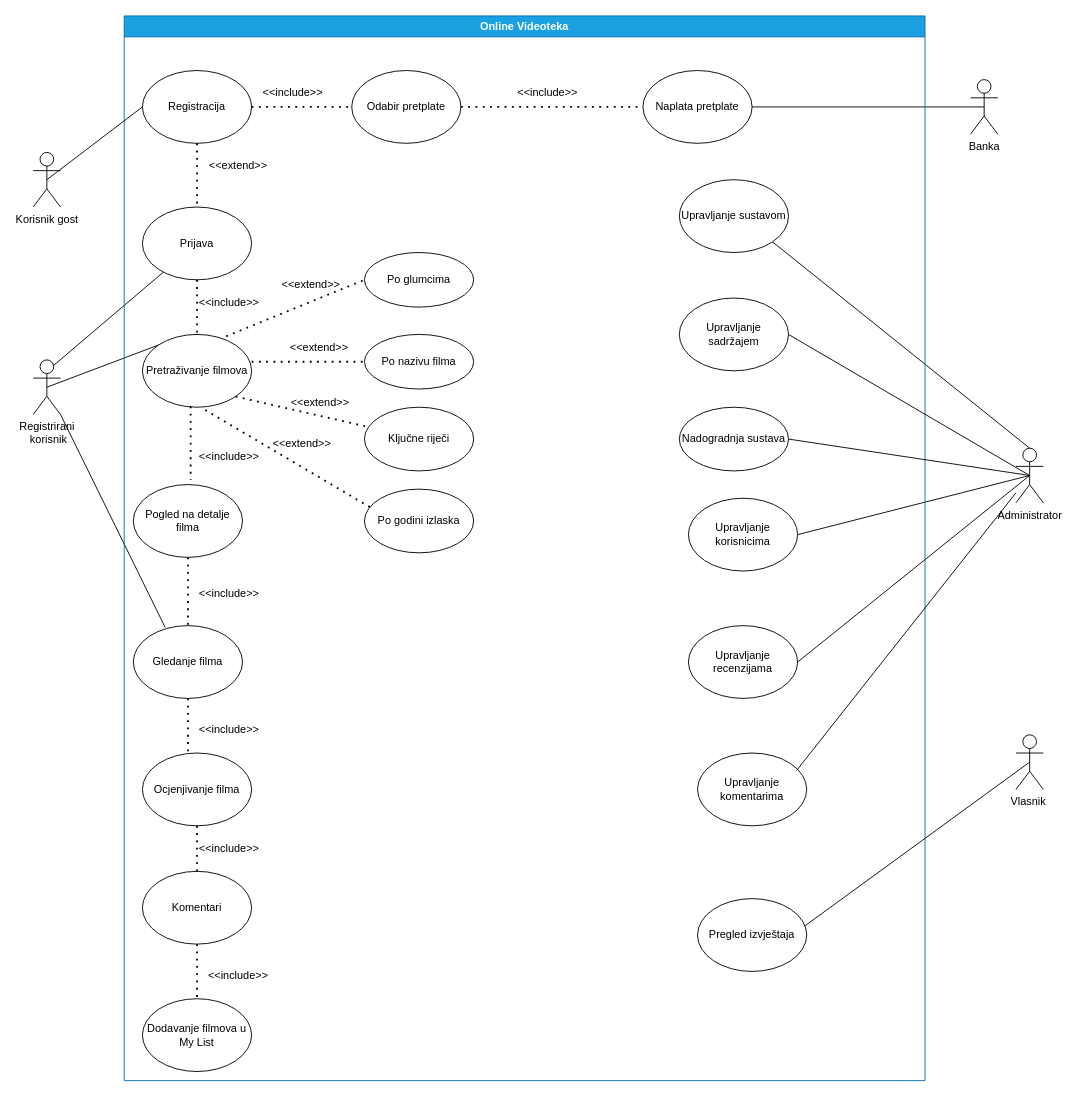
hrvojesesar/PIS-Projekt keeps this draw.io diagram as Dijagrami/Use-Case dijagram.drawio. Above is the earlier version. Source tidied: cells renumbered, new cells numbered last; positions are measured from the earlier drawing's top-left corner, leaving out a move shared by most shapes. Both pictures are drawn from the tidied source at 91%, with x=0, y=0 at pixel (33, 15).
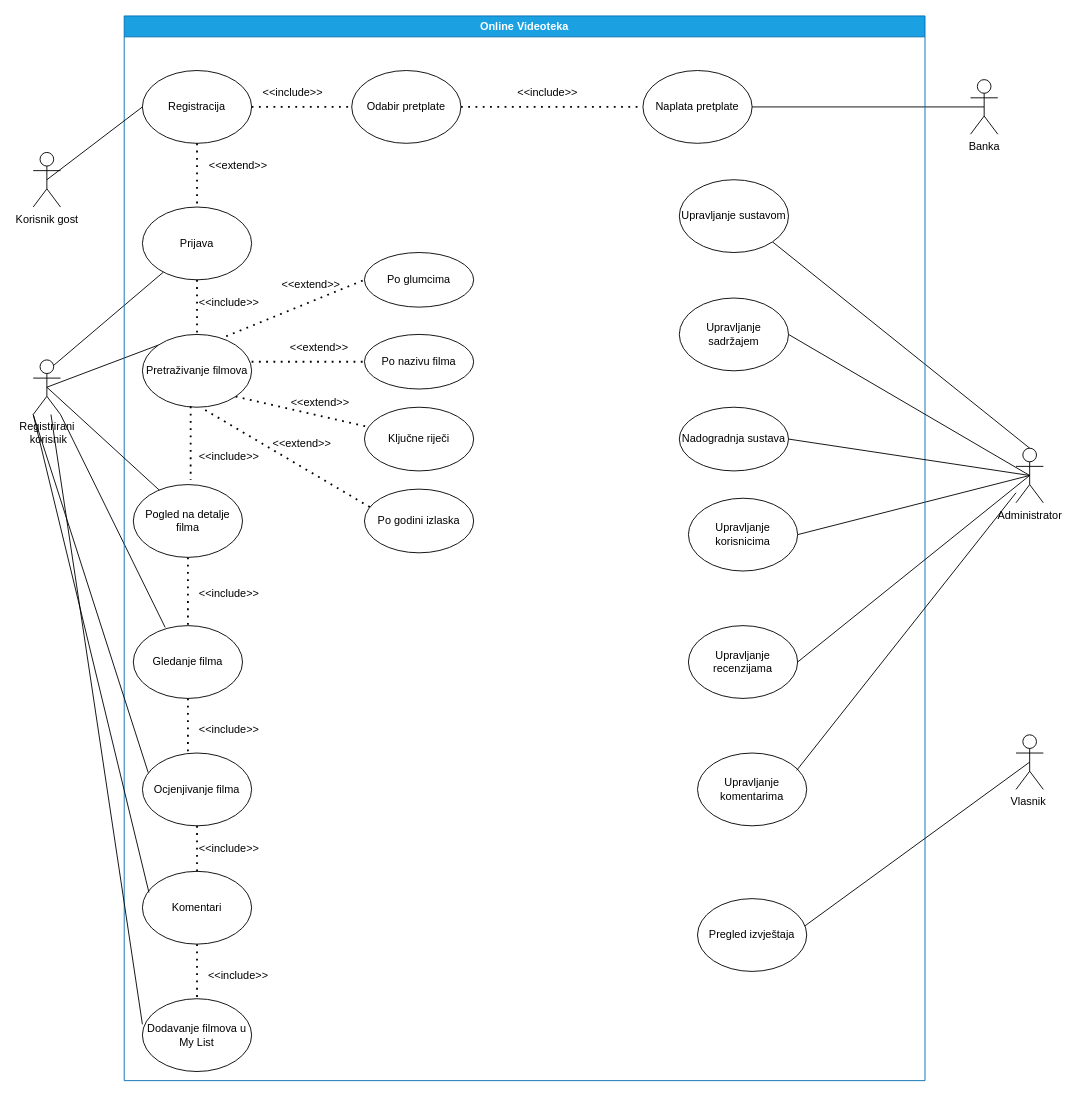
After the change.

Unchanged cells that the change refers to:
```xml
<mxCell id="2" value="Registrirani&lt;br&gt;&amp;nbsp;korisnik" style="shape=umlActor;verticalLabelPosition=bottom;verticalAlign=top;html=1;outlineConnect=0;" parent="1" vertex="1">
  <mxGeometry y="378" width="30" height="60" as="geometry" />
</mxCell>
<mxCell id="38" value="Ocjenjivanje filma" style="ellipse;whiteSpace=wrap;html=1;" parent="24" vertex="1">
  <mxGeometry x="20" y="810" width="120" height="80" as="geometry" />
</mxCell>
<mxCell id="39" value="Dodavanje filmova u My List" style="ellipse;whiteSpace=wrap;html=1;" parent="24" vertex="1">
  <mxGeometry x="20" y="1080" width="120" height="80" as="geometry" />
</mxCell>
<mxCell id="40" value="Komentari" style="ellipse;whiteSpace=wrap;html=1;" parent="24" vertex="1">
  <mxGeometry x="20" y="940" width="120" height="80" as="geometry" />
</mxCell>
<mxCell id="50" value="Pogled na detalje filma" style="ellipse;whiteSpace=wrap;html=1;" parent="24" vertex="1">
  <mxGeometry x="10" y="515" width="120" height="80" as="geometry" />
</mxCell>
```

What changed in the source:
```diff
@@
+    <mxCell id="67" style="endArrow=none;html=1;rounded=0;exitX=0.5;exitY=0.5;exitDx=0;exitDy=0;exitPerimeter=0;entryX=0.237;entryY=0.075;entryDx=0;entryDy=0;entryPerimeter=0;" parent="1" edge="1" source="2" target="50">
+      <mxGeometry relative="1" as="geometry" />
+    </mxCell>
+    <mxCell id="68" style="endArrow=none;html=1;rounded=0;exitX=0;exitY=1;exitDx=0;exitDy=0;exitPerimeter=0;entryX=0.053;entryY=0.268;entryDx=0;entryDy=0;entryPerimeter=0;" parent="1" edge="1" source="2" target="38">
+      <mxGeometry relative="1" as="geometry" />
+    </mxCell>
+    <mxCell id="69" style="endArrow=none;html=1;rounded=0;exitX=0;exitY=1;exitDx=0;exitDy=0;exitPerimeter=0;entryX=0.06;entryY=0.292;entryDx=0;entryDy=0;entryPerimeter=0;" parent="1" edge="1" source="2" target="40">
+      <mxGeometry relative="1" as="geometry" />
+    </mxCell>
+    <mxCell id="70" style="endArrow=none;html=1;rounded=0;entryX=0;entryY=0.352;entryDx=0;entryDy=0;entryPerimeter=0;" parent="1" edge="1" source="2" target="39">
+      <mxGeometry relative="1" as="geometry" />
+    </mxCell>
```
